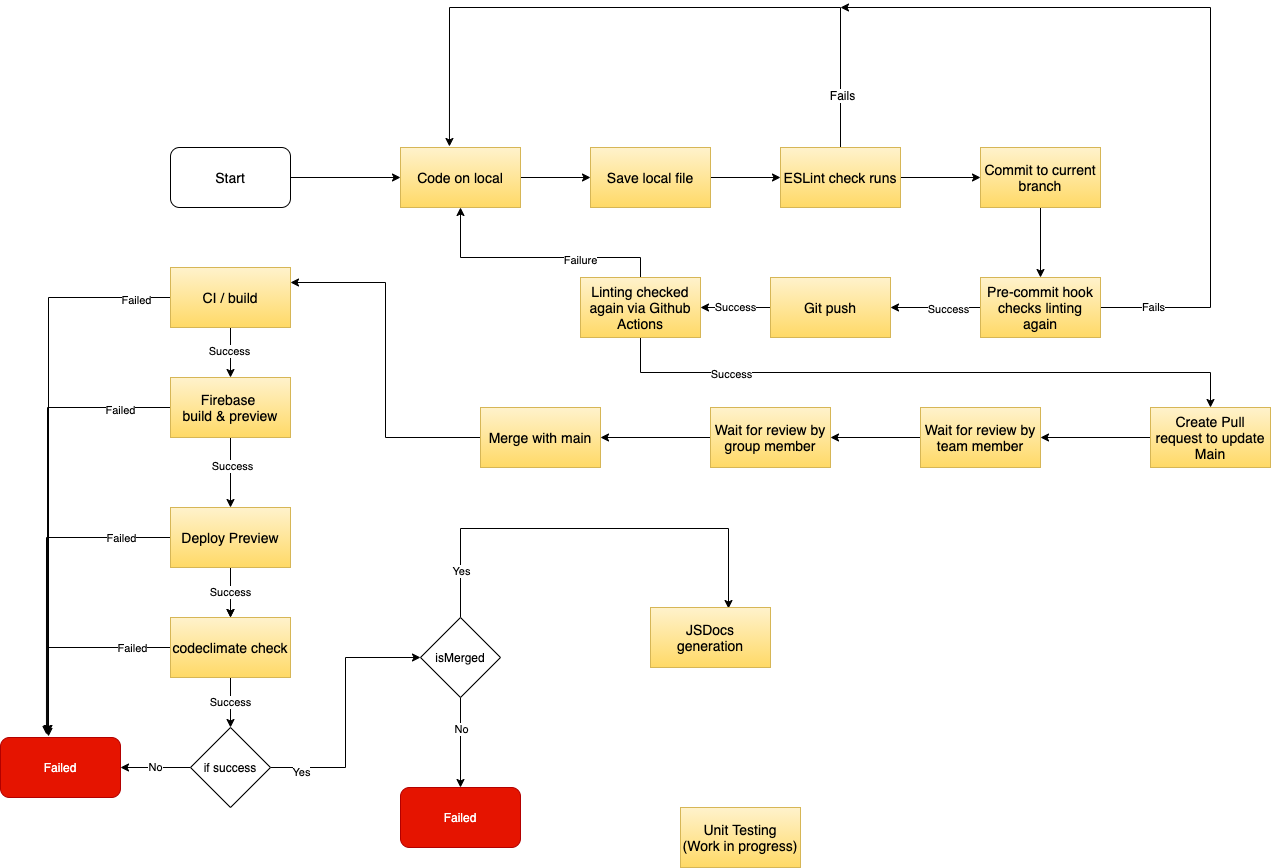
Earlier version of the draw.io export admin/cipipeline/phase1.drawio.png (cse110-sp21-group24/cse110-sp21-group24). Source tidied: cells renumbered, new cells last; positions are measured from the earlier drawing's top-left corner, leaving out a move shared by most shapes.
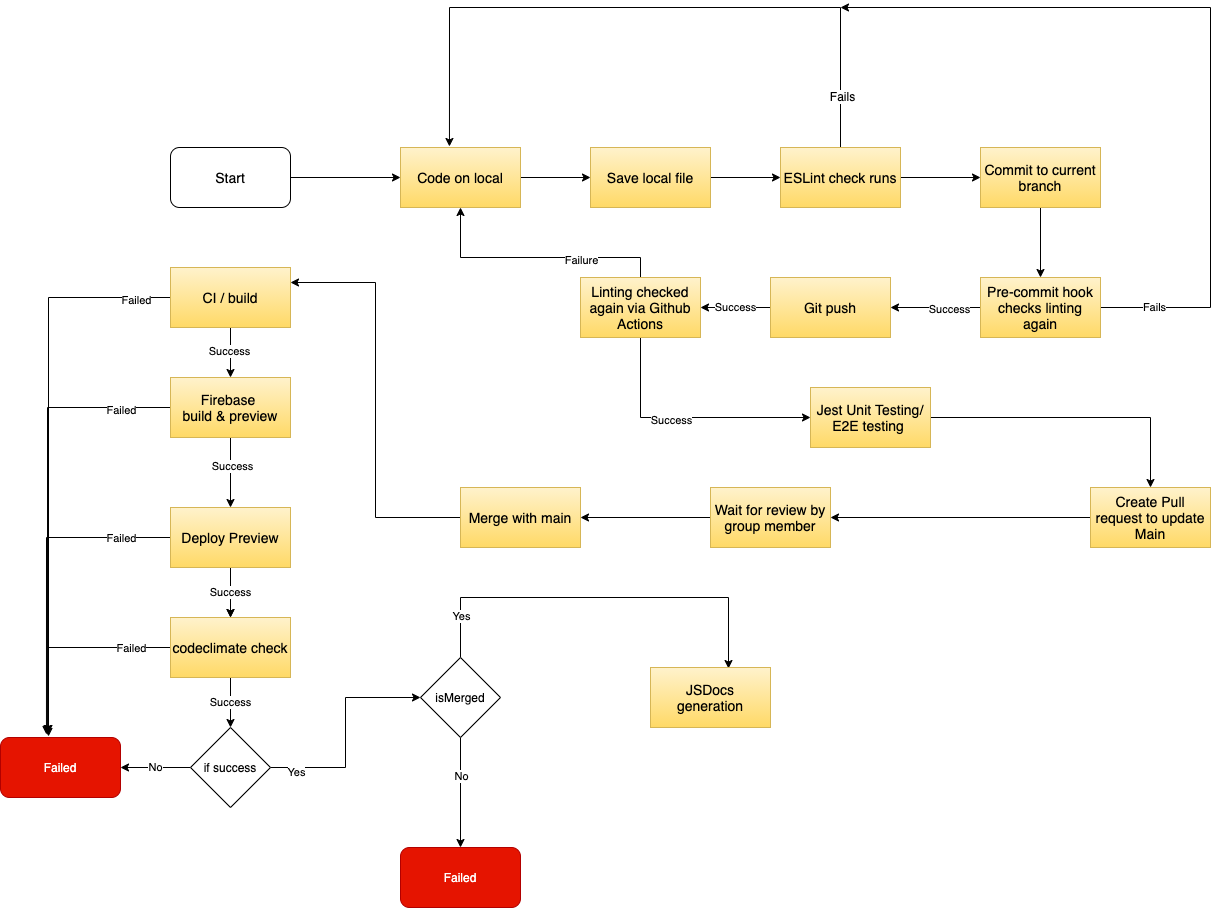
The same file after the commit.

Change to the diagram source:
```diff
@@ -89,8 +89,8 @@
     <mxCell id="30" style="edgeStyle=orthogonalEdgeStyle;rounded=0;jettySize=auto;html=1;entryX=0.65;entryY=0.017;entryDx=0;entryDy=0;entryPerimeter=0;" parent="1" edge="1" source="32" target="34">
       <mxGeometry relative="1" as="geometry">
         <Array as="points">
-          <mxPoint x="460" y="521" />
-          <mxPoint x="728" y="521" />
+          <mxPoint x="460" y="590" />
+          <mxPoint x="728" y="590" />
         </Array>
       </mxGeometry>
     </mxCell>
@@ -98,16 +98,19 @@
       <mxGeometry x="-0.78" relative="1" as="geometry" />
     </mxCell>
     <mxCell id="32" value="isMerged" style="rhombus;whiteSpace=wrap;html=1;" parent="1" vertex="1">
-      <mxGeometry x="420" y="610" width="80" height="80" as="geometry" />
+      <mxGeometry x="420" y="650" width="80" height="80" as="geometry" />
     </mxCell>
     <mxCell id="33" value="Failed" style="rounded=1;whiteSpace=wrap;html=1;fillColor=#e51400;strokeColor=#B20000;fontColor=#ffffff;" parent="1" vertex="1">
-      <mxGeometry x="400" y="780" width="120" height="60" as="geometry" />
+      <mxGeometry x="400" y="840" width="120" height="60" as="geometry" />
     </mxCell>
     <mxCell id="34" value="&lt;font color=&quot;#000000&quot; style=&quot;font-size: 14px&quot;&gt;JSDocs generation&lt;br&gt;&lt;/font&gt;" style="rounded=0;whiteSpace=wrap;html=1;gradientColor=#ffd966;fillColor=#fff2cc;strokeColor=#d6b656;" parent="1" vertex="1">
-      <mxGeometry x="650" y="600" width="120" height="60" as="geometry" />
+      <mxGeometry x="650" y="660" width="120" height="60" as="geometry" />
     </mxCell>
+    <mxCell id="66" style="edgeStyle=orthogonalEdgeStyle;rounded=0;jettySize=auto;html=1;entryX=0.5;entryY=0;entryDx=0;entryDy=0;" parent="1" edge="1" source="35" target="59">
+      <mxGeometry relative="1" as="geometry" />
+    </mxCell>
-    <mxCell id="35" value="&lt;font color=&quot;#000000&quot; style=&quot;font-size: 14px&quot;&gt;Unit Testing&lt;br&gt;(Work in progress)&lt;br&gt;&lt;/font&gt;" style="rounded=0;whiteSpace=wrap;html=1;gradientColor=#ffd966;fillColor=#fff2cc;strokeColor=#d6b656;" parent="1" vertex="1">
-      <mxGeometry x="680" y="800" width="120" height="60" as="geometry" />
+    <mxCell id="35" value="&lt;font color=&quot;#000000&quot; style=&quot;font-size: 14px&quot;&gt;Jest Unit Testing/&lt;br&gt;E2E testing&amp;nbsp;&lt;br&gt;&lt;/font&gt;" style="rounded=0;whiteSpace=wrap;html=1;gradientColor=#ffd966;fillColor=#fff2cc;strokeColor=#d6b656;" parent="1" vertex="1">
+      <mxGeometry x="810" y="380" width="120" height="60" as="geometry" />
     </mxCell>
     <mxCell id="36" style="edgeStyle=orthogonalEdgeStyle;rounded=0;jettySize=auto;html=1;entryX=0;entryY=0.5;entryDx=0;entryDy=0;" parent="1" edge="1" source="37" target="39">
       <mxGeometry relative="1" as="geometry" />
@@ -182,38 +185,32 @@
     <mxCell id="54" value="Failure" style="edgeLabel;html=1;align=center;verticalAlign=middle;" parent="53" vertex="1">
       <mxGeometry x="-0.35" y="2" relative="1" as="geometry" />
     </mxCell>
-    <mxCell id="55" style="edgeStyle=orthogonalEdgeStyle;rounded=0;jettySize=auto;html=1;exitX=0.5;exitY=1;exitDx=0;exitDy=0;entryX=0.5;entryY=0;entryDx=0;entryDy=0;" parent="1" edge="1" source="57" target="59">
-      <mxGeometry relative="1" as="geometry" />
-    </mxCell>
+    <mxCell id="67" style="edgeStyle=orthogonalEdgeStyle;rounded=0;jettySize=auto;html=1;exitX=0.5;exitY=1;exitDx=0;exitDy=0;entryX=0;entryY=0.5;entryDx=0;entryDy=0;" parent="1" edge="1" source="57" target="35">
+      <mxGeometry relative="1" as="geometry" />
+    </mxCell>
-    <mxCell id="56" value="Success" style="edgeLabel;html=1;align=center;verticalAlign=middle;" parent="55" vertex="1">
-      <mxGeometry x="-0.61" y="-1" relative="1" as="geometry" />
+    <mxCell id="56" value="Success" style="edgeLabel;html=1;align=center;verticalAlign=middle;" parent="67" vertex="1">
+      <mxGeometry x="-0.12" y="-2" relative="1" as="geometry" />
     </mxCell>
     <mxCell id="57" value="&lt;font color=&quot;#000000&quot;&gt;&lt;span style=&quot;font-size: 14px&quot;&gt;Linting checked again via Github Actions&lt;br&gt;&lt;/span&gt;&lt;/font&gt;" style="rounded=0;whiteSpace=wrap;html=1;gradientColor=#ffd966;fillColor=#fff2cc;strokeColor=#d6b656;" parent="1" vertex="1">
       <mxGeometry x="580" y="270" width="120" height="60" as="geometry" />
     </mxCell>
-    <mxCell id="58" style="edgeStyle=orthogonalEdgeStyle;rounded=0;jettySize=auto;html=1;entryX=1;entryY=0.5;entryDx=0;entryDy=0;" parent="1" edge="1" source="59" target="61">
+    <mxCell id="58" style="edgeStyle=orthogonalEdgeStyle;rounded=0;jettySize=auto;html=1;entryX=1;entryY=0.5;entryDx=0;entryDy=0;" parent="1" edge="1" source="59" target="63">
       <mxGeometry relative="1" as="geometry" />
     </mxCell>
     <mxCell id="59" value="&lt;font color=&quot;#000000&quot;&gt;&lt;span style=&quot;font-size: 14px&quot;&gt;Create Pull request to update Main&lt;br&gt;&lt;/span&gt;&lt;/font&gt;" style="rounded=0;whiteSpace=wrap;html=1;gradientColor=#ffd966;fillColor=#fff2cc;strokeColor=#d6b656;" parent="1" vertex="1">
-      <mxGeometry x="1150" y="400" width="120" height="60" as="geometry" />
+      <mxGeometry x="1090" y="480" width="120" height="60" as="geometry" />
     </mxCell>
-    <mxCell id="60" style="edgeStyle=orthogonalEdgeStyle;rounded=0;jettySize=auto;html=1;entryX=1;entryY=0.5;entryDx=0;entryDy=0;" parent="1" edge="1" source="61" target="63">
-      <mxGeometry relative="1" as="geometry" />
-    </mxCell>
-    <mxCell id="61" value="&lt;font color=&quot;#000000&quot;&gt;&lt;span style=&quot;font-size: 14px&quot;&gt;Wait for review by team member&lt;br&gt;&lt;/span&gt;&lt;/font&gt;" style="rounded=0;whiteSpace=wrap;html=1;gradientColor=#ffd966;fillColor=#fff2cc;strokeColor=#d6b656;" parent="1" vertex="1">
-      <mxGeometry x="920" y="400" width="120" height="60" as="geometry" />
-    </mxCell>
     <mxCell id="62" style="edgeStyle=orthogonalEdgeStyle;rounded=0;jettySize=auto;html=1;entryX=1;entryY=0.5;entryDx=0;entryDy=0;" parent="1" edge="1" source="63" target="65">
       <mxGeometry relative="1" as="geometry" />
     </mxCell>
     <mxCell id="63" value="&lt;font color=&quot;#000000&quot;&gt;&lt;span style=&quot;font-size: 14px&quot;&gt;Wait for review by group member&lt;br&gt;&lt;/span&gt;&lt;/font&gt;" style="rounded=0;whiteSpace=wrap;html=1;gradientColor=#ffd966;fillColor=#fff2cc;strokeColor=#d6b656;" parent="1" vertex="1">
-      <mxGeometry x="710" y="400" width="120" height="60" as="geometry" />
+      <mxGeometry x="710" y="480" width="120" height="60" as="geometry" />
     </mxCell>
     <mxCell id="64" style="edgeStyle=orthogonalEdgeStyle;rounded=0;jettySize=auto;html=1;entryX=1;entryY=0.25;entryDx=0;entryDy=0;" parent="1" edge="1" source="65" target="8">
       <mxGeometry relative="1" as="geometry" />
     </mxCell>
     <mxCell id="65" value="&lt;font color=&quot;#000000&quot;&gt;&lt;span style=&quot;font-size: 14px&quot;&gt;Merge with main&lt;br&gt;&lt;/span&gt;&lt;/font&gt;" style="rounded=0;whiteSpace=wrap;html=1;gradientColor=#ffd966;fillColor=#fff2cc;strokeColor=#d6b656;" parent="1" vertex="1">
-      <mxGeometry x="480" y="400" width="120" height="60" as="geometry" />
+      <mxGeometry x="460" y="480" width="120" height="60" as="geometry" />
     </mxCell>
   </root>
 </mxGraphModel>
```
